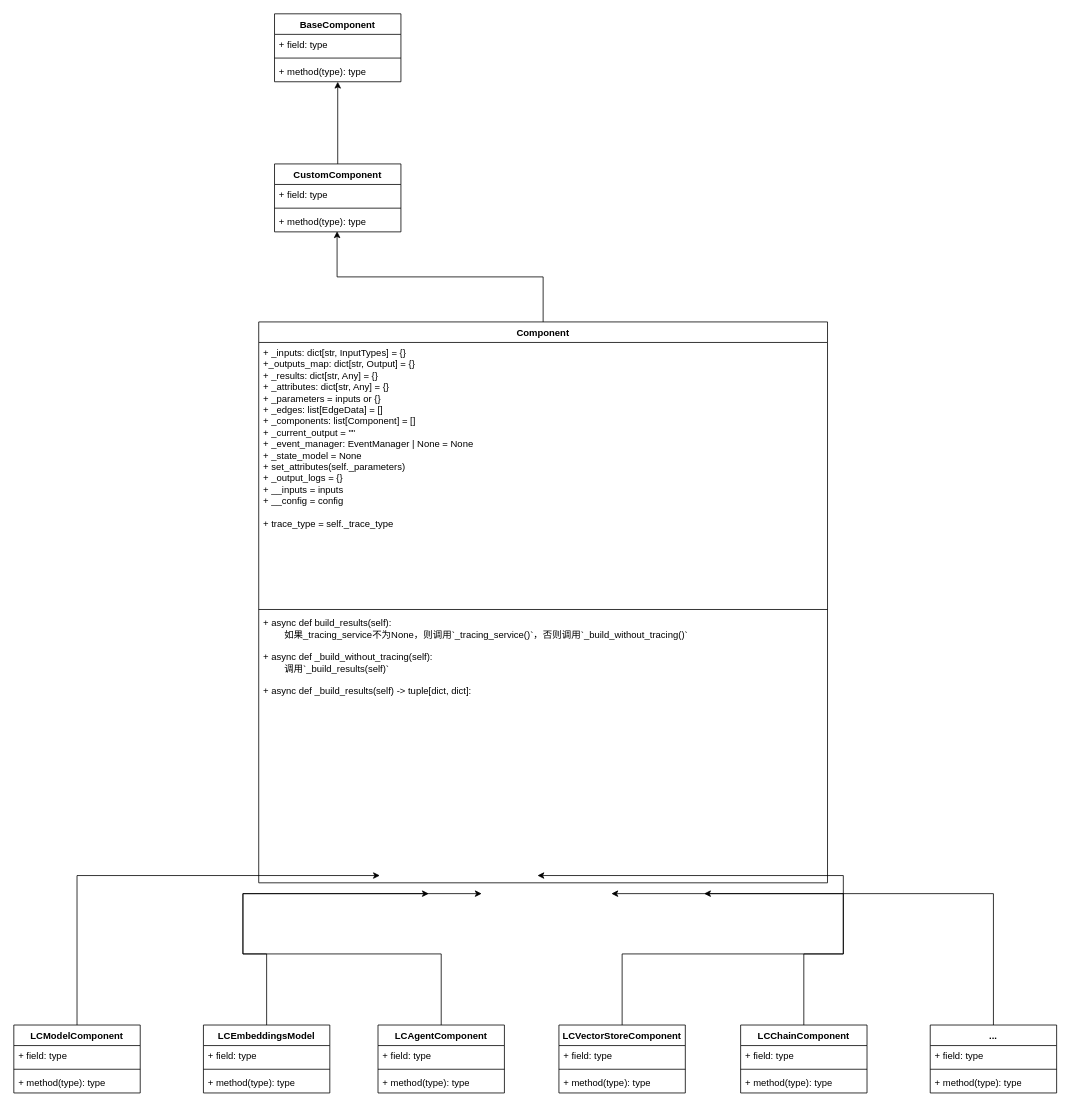
Before: page "Component" (4 of 4) of langflow_v2.drawio in ooooona/toolkits, a draw.io diagram. Source tidied: cells renumbered, new cells numbered last; positions are measured from the earlier drawing's top-left corner, leaving out a move shared by most shapes. Both pictures are drawn from the tidied source at 79%, with x=0, y=0 at pixel (13, 13).
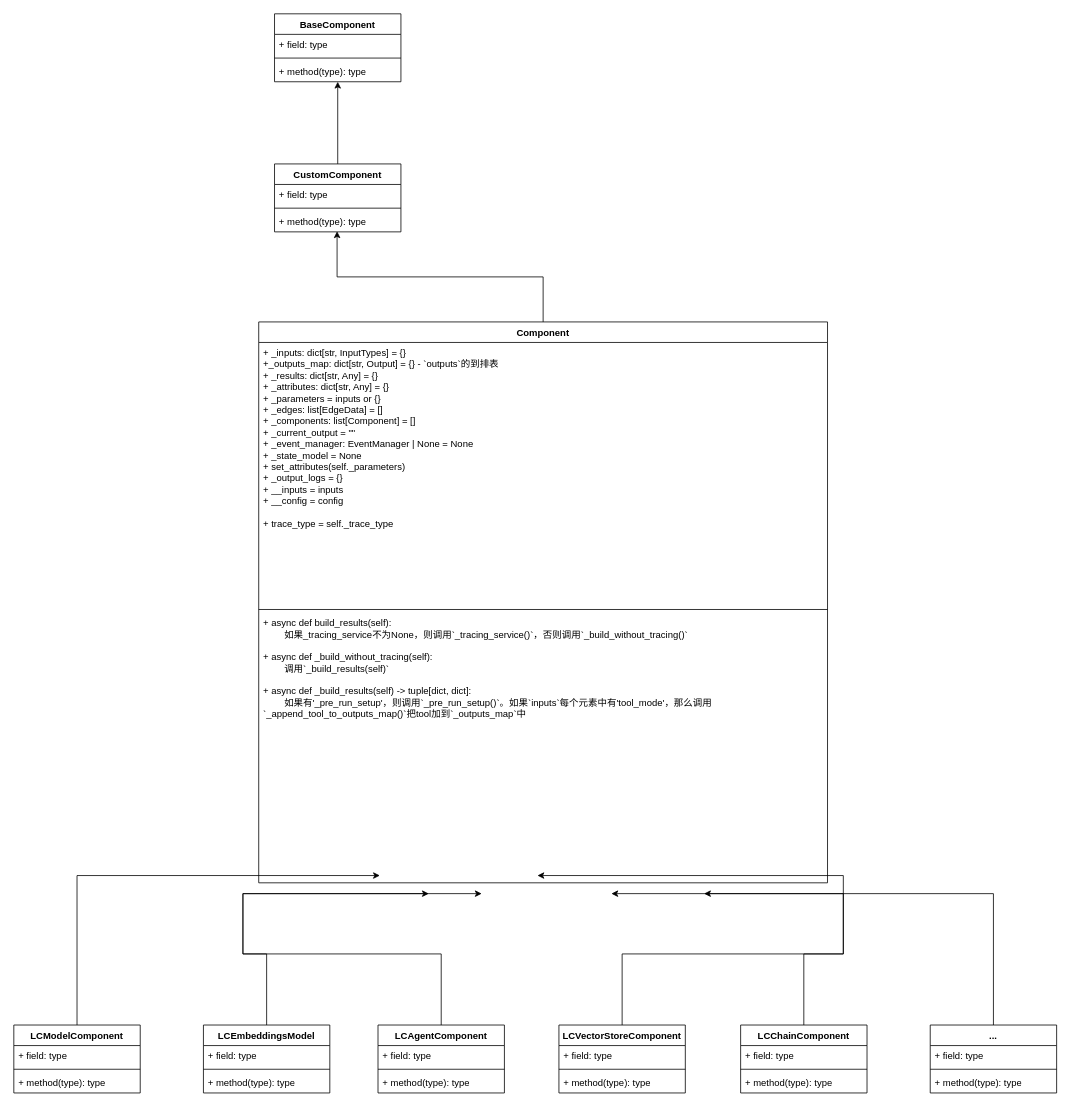
The same page after the edit.

The change refers to these unchanged cells:
```xml
<mxCell id="11" value="Component" style="swimlane;fontStyle=1;align=center;verticalAlign=top;horizontal=1;startSize=26;whiteSpace=wrap;html=1;" parent="1" vertex="1">
  <mxGeometry x="310" y="390" width="720" height="710" as="geometry" />
</mxCell>
```

Diff of the diagram source:
```diff
@@
-    <mxCell id="12" value="&lt;div&gt;&lt;span style=&quot;background-color: transparent; color: light-dark(rgb(0, 0, 0), rgb(255, 255, 255));&quot;&gt;+ _inputs: dict[str, InputTypes] = {}&lt;/span&gt;&lt;/div&gt;&lt;div&gt;+_outputs_map: dict[str, Output] = {}&lt;/div&gt;&lt;div&gt;+ _results: dict[str, Any] = {}&lt;/div&gt;&lt;div&gt;+ _attributes: dict[str, Any] = {}&lt;/div&gt;&lt;div&gt;+ _parameters = inputs or {}&lt;/div&gt;&lt;div&gt;+ _edges: list[EdgeData] = []&lt;/div&gt;&lt;div&gt;+ _components: list[Component] = []&lt;/div&gt;&lt;div&gt;+ _current_output = &quot;&quot;&lt;/div&gt;&lt;div&gt;+ _event_manager: EventManager | None = None&lt;/div&gt;&lt;div&gt;+ _state_model = None&lt;/div&gt;&lt;div&gt;+ set_attributes(self._parameters)&lt;/div&gt;&lt;div&gt;+ _output_logs = {}&lt;/div&gt;&lt;div&gt;&lt;span style=&quot;background-color: transparent; color: light-dark(rgb(0, 0, 0), rgb(255, 255, 255));&quot;&gt;+ __inputs = inputs&lt;/span&gt;&lt;/div&gt;&lt;div&gt;+ __config = config&lt;/div&gt;&lt;div&gt;&lt;span style=&quot;background-color: transparent; color: light-dark(rgb(0, 0, 0), rgb(255, 255, 255));&quot;&gt;&lt;br&gt;&lt;/span&gt;&lt;/div&gt;&lt;div&gt;&lt;span style=&quot;background-color: transparent; color: light-dark(rgb(0, 0, 0), rgb(255, 255, 255));&quot;&gt;+ trace_type = self._trace_type&lt;/span&gt;&lt;/div&gt;" style="text;strokeColor=none;fillColor=none;align=left;verticalAlign=top;spacingLeft=4;spacingRight=4;overflow=hidden;whiteSpace=wrap;html=1;" parent="11" vertex="1">
+    <mxCell id="12" value="&lt;div&gt;&lt;span style=&quot;background-color: transparent; color: light-dark(rgb(0, 0, 0), rgb(255, 255, 255));&quot;&gt;+ _inputs: dict[str, InputTypes] = {}&lt;/span&gt;&lt;/div&gt;&lt;div&gt;+_outputs_map: dict[str, Output] = {} - `outputs`的到排表&lt;/div&gt;&lt;div&gt;+ _results: dict[str, Any] = {}&lt;/div&gt;&lt;div&gt;+ _attributes: dict[str, Any] = {}&lt;/div&gt;&lt;div&gt;+ _parameters = inputs or {}&lt;/div&gt;&lt;div&gt;+ _edges: list[EdgeData] = []&lt;/div&gt;&lt;div&gt;+ _components: list[Component] = []&lt;/div&gt;&lt;div&gt;+ _current_output = &quot;&quot;&lt;/div&gt;&lt;div&gt;+ _event_manager: EventManager | None = None&lt;/div&gt;&lt;div&gt;+ _state_model = None&lt;/div&gt;&lt;div&gt;+ set_attributes(self._parameters)&lt;/div&gt;&lt;div&gt;+ _output_logs = {}&lt;/div&gt;&lt;div&gt;&lt;span style=&quot;background-color: transparent; color: light-dark(rgb(0, 0, 0), rgb(255, 255, 255));&quot;&gt;+ __inputs = inputs&lt;/span&gt;&lt;/div&gt;&lt;div&gt;+ __config = config&lt;/div&gt;&lt;div&gt;&lt;span style=&quot;background-color: transparent; color: light-dark(rgb(0, 0, 0), rgb(255, 255, 255));&quot;&gt;&lt;br&gt;&lt;/span&gt;&lt;/div&gt;&lt;div&gt;&lt;span style=&quot;background-color: transparent; color: light-dark(rgb(0, 0, 0), rgb(255, 255, 255));&quot;&gt;+ trace_type = self._trace_type&lt;/span&gt;&lt;/div&gt;" style="text;strokeColor=none;fillColor=none;align=left;verticalAlign=top;spacingLeft=4;spacingRight=4;overflow=hidden;whiteSpace=wrap;html=1;" parent="11" vertex="1">
       <mxGeometry y="26" width="720" height="334" as="geometry" />
     </mxCell>
@@
-    <mxCell id="14" value="+ async def build_results(self):&lt;div&gt;&lt;span style=&quot;white-space: pre;&quot;&gt;&#9;&lt;/span&gt;如果_tracing_service不为None，则调用`_tracing_service()`，否则调用`_build_without_tracing()`&lt;br&gt;&lt;/div&gt;&lt;div&gt;&lt;br&gt;&lt;/div&gt;&lt;div&gt;+&amp;nbsp;async def _build_without_tracing(self):&lt;/div&gt;&lt;div&gt;&lt;span style=&quot;white-space: pre;&quot;&gt;&#9;&lt;/span&gt;调用`_build_results(self)`&lt;br&gt;&lt;/div&gt;&lt;div&gt;&lt;br&gt;&lt;/div&gt;&lt;div&gt;+&amp;nbsp;async def _build_results(self) -&amp;gt; tuple[dict, dict]:&lt;/div&gt;&lt;div&gt;&lt;span style=&quot;white-space: pre;&quot;&gt;&#9;&lt;/span&gt;&lt;br&gt;&lt;/div&gt;" style="text;strokeColor=none;fillColor=none;align=left;verticalAlign=top;spacingLeft=4;spacingRight=4;overflow=hidden;points=[[0,0.5],[1,0.5]];portConstraint=eastwest;whiteSpace=wrap;html=1;" parent="11" vertex="1">
+    <mxCell id="14" value="+ async def build_results(self):&lt;div&gt;&lt;span style=&quot;white-space: pre;&quot;&gt;&#9;&lt;/span&gt;如果_tracing_service不为None，则调用`_tracing_service()`，否则调用`_build_without_tracing()`&lt;br&gt;&lt;/div&gt;&lt;div&gt;&lt;br&gt;&lt;/div&gt;&lt;div&gt;+&amp;nbsp;async def _build_without_tracing(self):&lt;/div&gt;&lt;div&gt;&lt;span style=&quot;white-space: pre;&quot;&gt;&#9;&lt;/span&gt;调用`_build_results(self)`&lt;br&gt;&lt;/div&gt;&lt;div&gt;&lt;br&gt;&lt;/div&gt;&lt;div&gt;+&amp;nbsp;async def _build_results(self) -&amp;gt; tuple[dict, dict]:&lt;/div&gt;&lt;div&gt;&lt;span style=&quot;white-space: pre;&quot;&gt;&#9;&lt;/span&gt;如果有'_pre_run_setup'，则调用`_pre_run_setup()`。如果`inputs`每个元素中有'tool_mode'，那么调用`_append_tool_to_outputs_map()`把tool加到`_outputs_map`中&lt;br&gt;&lt;/div&gt;" style="text;strokeColor=none;fillColor=none;align=left;verticalAlign=top;spacingLeft=4;spacingRight=4;overflow=hidden;points=[[0,0.5],[1,0.5]];portConstraint=eastwest;whiteSpace=wrap;html=1;" parent="11" vertex="1">
       <mxGeometry y="368" width="720" height="342" as="geometry" />
     </mxCell>
```
